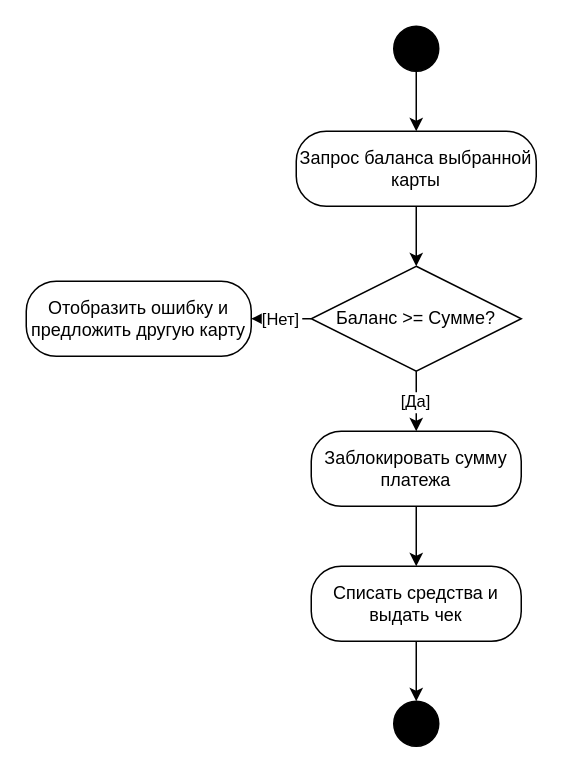
This is lab1/diagrams/activity.drawio from Kerven190504/visual-programming-labs-Yaylymov, a draw.io file, before an edit. Source tidied: cells renumbered, new cells numbered last; positions are measured from the earlier drawing's top-left corner, leaving out a move shared by most shapes. Both pictures are drawn from the tidied source at 150%, with x=0, y=0 at pixel (26, 26).
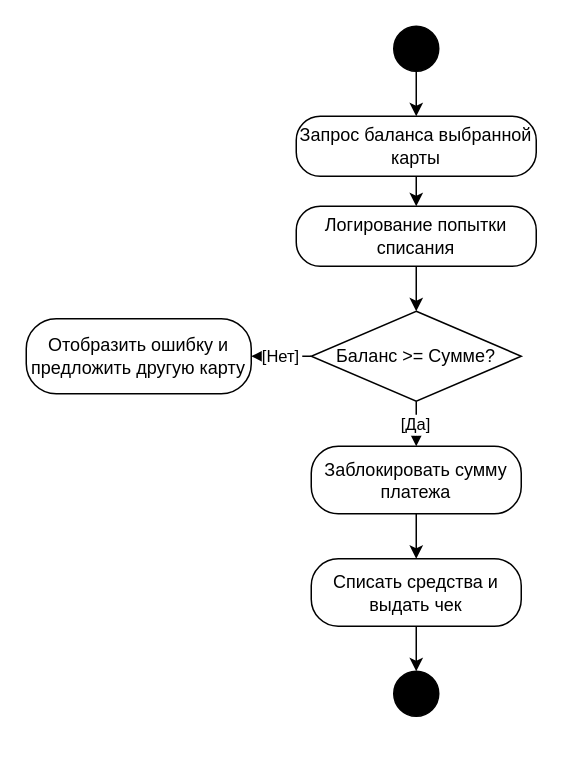
Above is the later version.

Commit message (it also covers changes not shown here):
Update Activity, Sequence, and Flowchart diagrams: add verification steps

Change to the diagram source:
```diff
@@
 <mxGraphModel>
   <root>
     <mxCell id="0" />
     <mxCell id="1" parent="0" />
     <mxCell id="2" style="ellipse;fillColor=#000000;strokeColor=#000000;" parent="1" vertex="1">
       <mxGeometry x="245" width="30" height="30" as="geometry" />
     </mxCell>
     <mxCell id="3" value="Запрос баланса выбранной карты" style="rounded=1;whiteSpace=wrap;html=1;arcSize=40;" parent="1" vertex="1">
-      <mxGeometry x="180" y="70" width="160" height="50" as="geometry" />
+      <mxGeometry x="180" y="60" width="160" height="40" as="geometry" />
     </mxCell>
+    <mxCell id="15" value="Логирование попытки списания" style="rounded=1;whiteSpace=wrap;html=1;arcSize=40;" parent="1" vertex="1">
+      <mxGeometry x="180" y="120" width="160" height="40" as="geometry" />
+    </mxCell>
     <mxCell id="4" value="Баланс &amp;gt;= Сумме?" style="rhombus;whiteSpace=wrap;html=1;" parent="1" vertex="1">
-      <mxGeometry x="190" y="160" width="140" height="70" as="geometry" />
+      <mxGeometry x="190" y="190" width="140" height="60" as="geometry" />
     </mxCell>
     <mxCell id="5" value="Отобразить ошибку и предложить другую карту" style="rounded=1;whiteSpace=wrap;html=1;arcSize=40;" parent="1" vertex="1">
-      <mxGeometry y="170" width="150" height="50" as="geometry" />
+      <mxGeometry y="195" width="150" height="50" as="geometry" />
     </mxCell>
     <mxCell id="6" value="Заблокировать сумму платежа" style="rounded=1;whiteSpace=wrap;html=1;arcSize=40;" parent="1" vertex="1">
-      <mxGeometry x="190" y="270" width="140" height="50" as="geometry" />
+      <mxGeometry x="190" y="280" width="140" height="45" as="geometry" />
     </mxCell>
     <mxCell id="7" value="Списать средства и выдать чек" style="rounded=1;whiteSpace=wrap;html=1;arcSize=40;" parent="1" vertex="1">
-      <mxGeometry x="190" y="360" width="140" height="50" as="geometry" />
+      <mxGeometry x="190" y="355" width="140" height="45" as="geometry" />
     </mxCell>
     <mxCell id="8" style="ellipse;shape=doubleEllipse;fillColor=#000000;strokeColor=#000000;" parent="1" vertex="1">
-      <mxGeometry x="245" y="450" width="30" height="30" as="geometry" />
+      <mxGeometry x="245" y="430" width="30" height="30" as="geometry" />
     </mxCell>
     <mxCell id="9" parent="1" edge="1" source="2" target="3">
       <mxGeometry relative="1" as="geometry" />
     </mxCell>
+    <mxCell id="16" parent="1" edge="1" source="3" target="15">
+      <mxGeometry relative="1" as="geometry" />
+    </mxCell>
-    <mxCell id="10" parent="1" edge="1" source="3" target="4">
+    <mxCell id="10" parent="1" edge="1" source="15" target="4">
       <mxGeometry relative="1" as="geometry" />
     </mxCell>
     <mxCell id="11" value="[Нет]" parent="1" edge="1" source="4" target="5">
       <mxGeometry relative="1" as="geometry" />
     </mxCell>
     <mxCell id="12" value="[Да]" parent="1" edge="1" source="4" target="6">
       <mxGeometry relative="1" as="geometry" />
     </mxCell>
     <mxCell id="13" parent="1" edge="1" source="6" target="7">
       <mxGeometry relative="1" as="geometry" />
     </mxCell>
     <mxCell id="14" parent="1" edge="1" source="7" target="8">
       <mxGeometry relative="1" as="geometry" />
     </mxCell>
   </root>
 </mxGraphModel>
```
